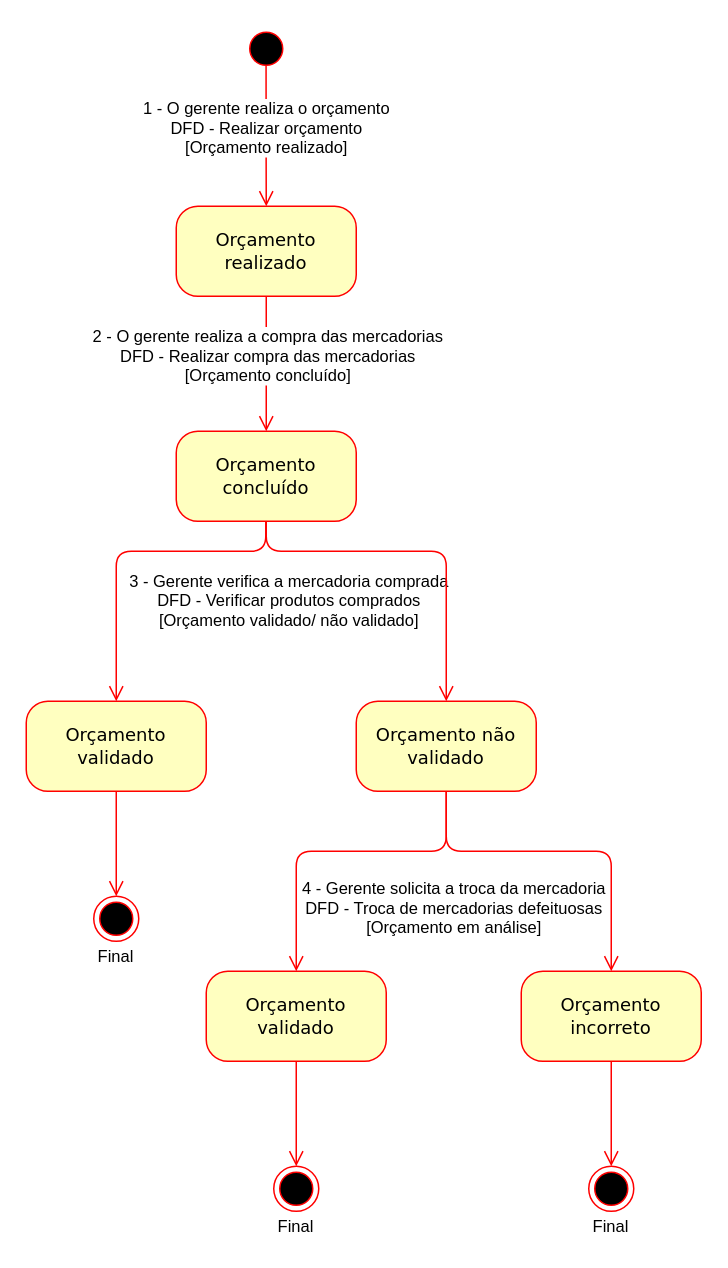
This is docs/ARTEFATOS(15-23)/COMPRAS/COMPRAR_PRODUTOS/CICLO_DE_VIDA_COMPRAR_PRODUTOS.drawio from Darienzo08/ope_ads, a draw.io file, before an edit. Source tidied: cells renumbered, new cells numbered last; positions are measured from the earlier drawing's top-left corner, leaving out a move shared by most shapes. Both pictures are drawn from the tidied source at 150%, with x=0, y=0 at pixel (26, 26).
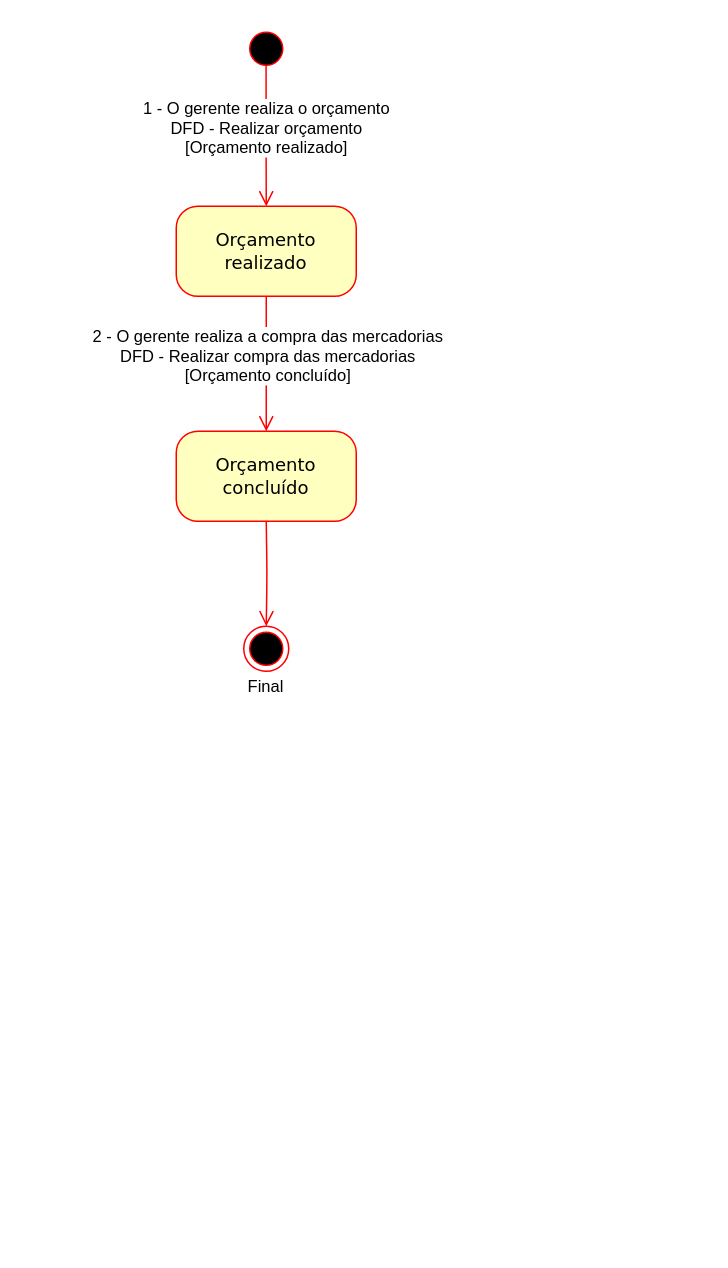
The same page after the edit.

Commit message (it also covers changes not shown here):
Ãlterações descrição e ciclo de vida compras

Unchanged cells that the change refers to:
```xml
<mxCell id="4" value="Orçamento concluído" style="rounded=1;whiteSpace=wrap;html=1;arcSize=24;fillColor=#ffffc0;strokeColor=#ff0000;shadow=0;comic=0;labelBackgroundColor=none;fontFamily=Verdana;fontSize=12;fontColor=#000000;align=center;" parent="1" vertex="1">
  <mxGeometry x="100" y="270" width="120" height="60" as="geometry" />
</mxCell>
```

Change to the diagram source:
```diff
@@
-    <mxCell id="9" style="edgeStyle=orthogonalEdgeStyle;html=1;labelBackgroundColor=none;endArrow=open;endSize=8;strokeColor=#ff0000;fontFamily=Verdana;fontSize=12;align=left;exitX=0.5;exitY=1;exitDx=0;exitDy=0;entryX=0.5;entryY=0;entryDx=0;entryDy=0;" parent="1" edge="1" target="14">
-      <mxGeometry relative="1" as="geometry">
-        <mxPoint x="159.7" y="330" as="sourcePoint" />
-        <Array as="points">
-          <mxPoint x="160" y="350" />
-          <mxPoint x="60" y="350" />
-        </Array>
-      </mxGeometry>
-    </mxCell>
     <mxCell id="10" style="edgeStyle=orthogonalEdgeStyle;html=1;labelBackgroundColor=none;endArrow=open;endSize=8;strokeColor=#ff0000;fontFamily=Verdana;fontSize=12;align=left;exitX=0.5;exitY=1;exitDx=0;exitDy=0;entryX=0.5;entryY=0;entryDx=0;entryDy=0;" parent="1" edge="1" source="12">
       <mxGeometry relative="1" as="geometry">
-        <mxPoint x="59.7" y="610" as="targetPoint" />
+        <mxPoint x="159.7" y="430" as="targetPoint" />
       </mxGeometry>
     </mxCell>
     <mxCell id="11" value="&lt;font style=&quot;font-size: 11px&quot;&gt;Final&lt;/font&gt;" style="text;html=1;strokeColor=none;fillColor=none;align=center;verticalAlign=middle;whiteSpace=wrap;rounded=0;" parent="1" vertex="1">
-      <mxGeometry x="40" y="610" width="40" height="20" as="geometry" />
+      <mxGeometry x="140" y="430" width="40" height="20" as="geometry" />
     </mxCell>
     <mxCell id="12" style="ellipse;html=1;shape=endState;fillColor=#000000;strokeColor=#ff0000;" parent="1" vertex="1">
-      <mxGeometry x="45" y="580" width="30" height="30" as="geometry" />
+      <mxGeometry x="145" y="400" width="30" height="30" as="geometry" />
     </mxCell>
-    <mxCell id="13" style="edgeStyle=orthogonalEdgeStyle;jettySize=auto;html=1;labelBackgroundColor=none;endArrow=open;endSize=8;strokeColor=#ff0000;fontFamily=Verdana;fontSize=12;align=left;" parent="1" edge="1" source="14" target="12">
-      <mxGeometry relative="1" as="geometry" />
+    <mxCell id="13" style="edgeStyle=orthogonalEdgeStyle;jettySize=auto;html=1;labelBackgroundColor=none;endArrow=open;endSize=8;strokeColor=#ff0000;fontFamily=Verdana;fontSize=12;align=left;" parent="1" edge="1" target="12">
+      <mxGeometry relative="1" as="geometry">
+        <mxPoint x="160" y="330" as="sourcePoint" />
+      </mxGeometry>
     </mxCell>
-    <mxCell id="14" value="Orçamento validado" style="rounded=1;whiteSpace=wrap;html=1;arcSize=24;fillColor=#ffffc0;strokeColor=#ff0000;shadow=0;comic=0;labelBackgroundColor=none;fontFamily=Verdana;fontSize=12;fontColor=#000000;align=center;" parent="1" vertex="1">
-      <mxGeometry y="450" width="120" height="60" as="geometry" />
-    </mxCell>
-    <mxCell id="15" value="3 - Gerente verifica a mercadoria comprada&lt;br&gt;DFD - Verificar produtos comprados&lt;br&gt;[Orçamento validado/ não validado]" style="edgeLabel;html=1;align=center;verticalAlign=middle;" parent="1" vertex="1">
-      <mxGeometry x="165" y="380" as="geometry">
-        <mxPoint x="9" y="2.7" as="offset" />
-      </mxGeometry>
-    </mxCell>
-    <mxCell id="16" style="edgeStyle=orthogonalEdgeStyle;html=1;labelBackgroundColor=none;endArrow=open;endSize=8;strokeColor=#ff0000;fontFamily=Verdana;fontSize=12;align=left;exitX=0.5;exitY=1;exitDx=0;exitDy=0;verticalAlign=top;entryX=0.5;entryY=0;entryDx=0;entryDy=0;" parent="1" edge="1" source="4" target="19">
-      <mxGeometry relative="1" as="geometry">
-        <Array as="points">
-          <mxPoint x="160" y="350" />
-          <mxPoint x="280" y="350" />
-        </Array>
-      </mxGeometry>
-    </mxCell>
-    <mxCell id="17" style="edgeStyle=orthogonalEdgeStyle;jettySize=auto;html=1;labelBackgroundColor=none;endArrow=open;endSize=8;strokeColor=#ff0000;fontFamily=Verdana;fontSize=12;align=left;exitX=0.5;exitY=1;exitDx=0;exitDy=0;" parent="1" edge="1" source="19" target="21">
-      <mxGeometry relative="1" as="geometry">
-        <Array as="points">
-          <mxPoint x="280" y="550" />
-          <mxPoint x="180" y="550" />
-        </Array>
-      </mxGeometry>
-    </mxCell>
-    <mxCell id="18" style="edgeStyle=orthogonalEdgeStyle;jettySize=auto;html=1;labelBackgroundColor=none;endArrow=open;endSize=8;strokeColor=#ff0000;fontFamily=Verdana;fontSize=12;align=left;exitX=0.5;exitY=1;exitDx=0;exitDy=0;" parent="1" edge="1" source="19">
-      <mxGeometry relative="1" as="geometry">
-        <mxPoint x="390" y="630" as="targetPoint" />
-        <Array as="points">
-          <mxPoint x="280" y="550" />
-          <mxPoint x="390" y="550" />
-          <mxPoint x="390" y="630" />
-        </Array>
-      </mxGeometry>
-    </mxCell>
-    <mxCell id="19" value="Orçamento não validado" style="rounded=1;whiteSpace=wrap;html=1;arcSize=24;fillColor=#ffffc0;strokeColor=#ff0000;shadow=0;comic=0;labelBackgroundColor=none;fontFamily=Verdana;fontSize=12;fontColor=#000000;align=center;" parent="1" vertex="1">
-      <mxGeometry x="220" y="450" width="120" height="60" as="geometry" />
-    </mxCell>
-    <mxCell id="20" style="edgeStyle=orthogonalEdgeStyle;jettySize=auto;html=1;labelBackgroundColor=none;endArrow=open;endSize=8;strokeColor=#ff0000;fontFamily=Verdana;fontSize=12;align=left;exitX=0.5;exitY=1;exitDx=0;exitDy=0;entryX=0.5;entryY=0;entryDx=0;entryDy=0;" parent="1" edge="1" source="21" target="27">
-      <mxGeometry relative="1" as="geometry" />
-    </mxCell>
-    <mxCell id="21" value="Orçamento validado" style="rounded=1;whiteSpace=wrap;html=1;arcSize=24;fillColor=#ffffc0;strokeColor=#ff0000;shadow=0;comic=0;labelBackgroundColor=none;fontFamily=Verdana;fontSize=12;fontColor=#000000;align=center;" parent="1" vertex="1">
-      <mxGeometry x="120" y="630" width="120" height="60" as="geometry" />
-    </mxCell>
-    <mxCell id="22" style="edgeStyle=orthogonalEdgeStyle;jettySize=auto;html=1;labelBackgroundColor=none;endArrow=open;endSize=8;strokeColor=#ff0000;fontFamily=Verdana;fontSize=12;align=left;exitX=0.5;exitY=1;exitDx=0;exitDy=0;entryX=0.5;entryY=0;entryDx=0;entryDy=0;" parent="1" edge="1" source="23" target="30">
-      <mxGeometry relative="1" as="geometry" />
-    </mxCell>
-    <mxCell id="23" value="Orçamento incorreto" style="rounded=1;whiteSpace=wrap;html=1;arcSize=24;fillColor=#ffffc0;strokeColor=#ff0000;shadow=0;comic=0;labelBackgroundColor=none;fontFamily=Verdana;fontSize=12;fontColor=#000000;align=center;" parent="1" vertex="1">
-      <mxGeometry x="330" y="630" width="120" height="60" as="geometry" />
-    </mxCell>
-    <mxCell id="24" value="4 - Gerente solicita a troca da mercadoria&lt;br&gt;DFD - Troca de mercadorias defeituosas&lt;br&gt;[Orçamento em análise]" style="edgeLabel;html=1;align=center;verticalAlign=middle;" parent="1" vertex="1">
-      <mxGeometry x="280" y="570" as="geometry">
-        <mxPoint x="4" y="17.7" as="offset" />
-      </mxGeometry>
-    </mxCell>
-    <mxCell id="25" style="edgeStyle=orthogonalEdgeStyle;html=1;labelBackgroundColor=none;endArrow=open;endSize=8;strokeColor=#ff0000;fontFamily=Verdana;fontSize=12;align=left;exitX=0.5;exitY=1;exitDx=0;exitDy=0;entryX=0.5;entryY=0;entryDx=0;entryDy=0;" parent="1" edge="1" source="27">
-      <mxGeometry relative="1" as="geometry">
-        <mxPoint x="179.7" y="790" as="targetPoint" />
-      </mxGeometry>
-    </mxCell>
-    <mxCell id="26" value="&lt;font style=&quot;font-size: 11px&quot;&gt;Final&lt;/font&gt;" style="text;html=1;strokeColor=none;fillColor=none;align=center;verticalAlign=middle;whiteSpace=wrap;rounded=0;" parent="1" vertex="1">
-      <mxGeometry x="160" y="790" width="40" height="20" as="geometry" />
-    </mxCell>
-    <mxCell id="27" style="ellipse;html=1;shape=endState;fillColor=#000000;strokeColor=#ff0000;" parent="1" vertex="1">
-      <mxGeometry x="165" y="760" width="30" height="30" as="geometry" />
-    </mxCell>
-    <mxCell id="28" style="edgeStyle=orthogonalEdgeStyle;html=1;labelBackgroundColor=none;endArrow=open;endSize=8;strokeColor=#ff0000;fontFamily=Verdana;fontSize=12;align=left;exitX=0.5;exitY=1;exitDx=0;exitDy=0;entryX=0.5;entryY=0;entryDx=0;entryDy=0;" parent="1" edge="1" source="30">
-      <mxGeometry relative="1" as="geometry">
-        <mxPoint x="389.7" y="790" as="targetPoint" />
-      </mxGeometry>
-    </mxCell>
-    <mxCell id="29" value="&lt;font style=&quot;font-size: 11px&quot;&gt;Final&lt;/font&gt;" style="text;html=1;strokeColor=none;fillColor=none;align=center;verticalAlign=middle;whiteSpace=wrap;rounded=0;" parent="1" vertex="1">
-      <mxGeometry x="370" y="790" width="40" height="20" as="geometry" />
-    </mxCell>
-    <mxCell id="30" style="ellipse;html=1;shape=endState;fillColor=#000000;strokeColor=#ff0000;" parent="1" vertex="1">
-      <mxGeometry x="375" y="760" width="30" height="30" as="geometry" />
-    </mxCell>
```
